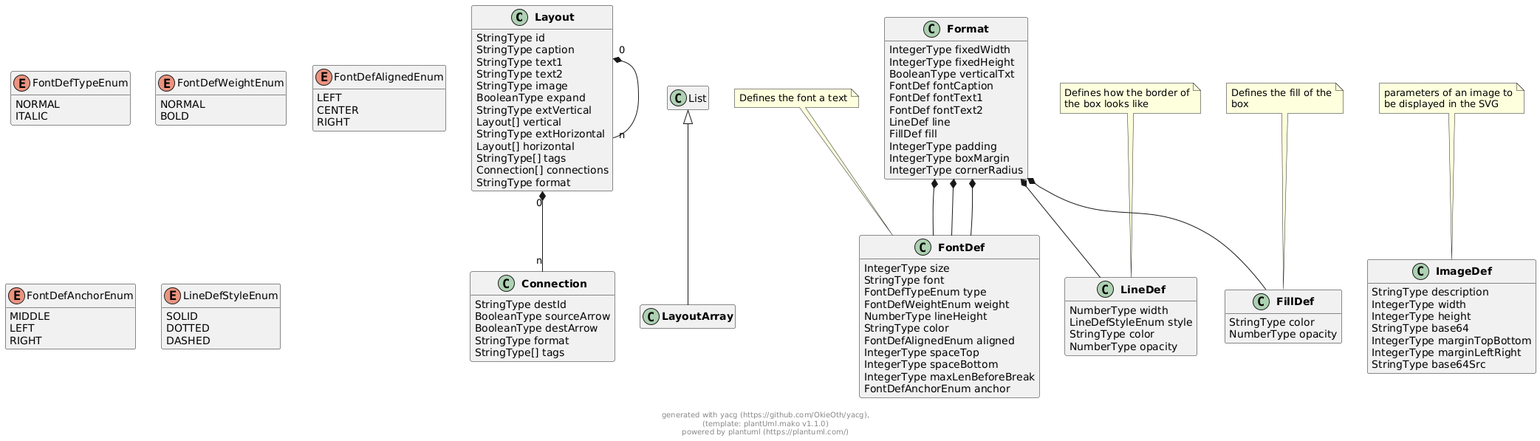
Before: docs/models/png/externals.png, a diagram exported from PlantUML (OkieOth/draw.chart.things). Source of this version:
```plantuml
@startuml
hide empty methods
hide empty fields


class "**Layout**" as Layout {
        StringType id
        StringType caption
        StringType text1
        StringType text2
        StringType image
        BooleanType expand
        StringType extVertical
        Layout[] vertical
        StringType extHorizontal
        Layout[] horizontal
        StringType[] tags
        Connection[] connections
        StringType format
}



class "**LayoutArray**" as LayoutArray extends List {
}

class "**Connection**" as Connection {
        StringType destId
        BooleanType sourceArrow
        BooleanType destArrow
        StringType format
        StringType[] tags
}



class "**Format**" as Format {
        IntegerType fixedWidth
        IntegerType fixedHeight
        BooleanType verticalTxt
        FontDef fontCaption
        FontDef fontText1
        FontDef fontText2
        LineDef line
        FillDef fill
        IntegerType padding
        IntegerType boxMargin
        IntegerType cornerRadius
}



class "**FontDef**" as FontDef {
        IntegerType size
        StringType font
        FontDefTypeEnum type
        FontDefWeightEnum weight
        NumberType lineHeight
        StringType color
        FontDefAlignedEnum aligned
        IntegerType spaceTop
        IntegerType spaceBottom
        IntegerType maxLenBeforeBreak
        FontDefAnchorEnum anchor
}
note top: Defines the font a text



enum "FontDefTypeEnum" as FontDefTypeEnum {
    NORMAL
    ITALIC
}

enum "FontDefWeightEnum" as FontDefWeightEnum {
    NORMAL
    BOLD
}

enum "FontDefAlignedEnum" as FontDefAlignedEnum {
    LEFT
    CENTER
    RIGHT
}

enum "FontDefAnchorEnum" as FontDefAnchorEnum {
    MIDDLE
    LEFT
    RIGHT
}

class "**LineDef**" as LineDef {
        NumberType width
        LineDefStyleEnum style
        StringType color
        NumberType opacity
}
note top: Defines how the border of\nthe box looks like



enum "LineDefStyleEnum" as LineDefStyleEnum {
    SOLID
    DOTTED
    DASHED
}

class "**FillDef**" as FillDef {
        StringType color
        NumberType opacity
}
note top: Defines the fill of the\nbox



class "**ImageDef**" as ImageDef {
        StringType description
        IntegerType width
        IntegerType height
        StringType base64
        IntegerType marginTopBottom
        IntegerType marginLeftRight
        StringType base64Src
}
note top: parameters of an image to\nbe displayed in the SVG












Layout "0" *-- "n" Layout




Layout "0" *-- "n" Connection













Format  *--  FontDef

Format  *--  FontDef

Format  *--  FontDef

Format  *--  LineDef

Format  *--  FillDef






































footer \ngenerated with yacg (https://github.com/OkieOth/yacg),\n(template: plantUml.mako v1.1.0)\npowered by plantuml (https://plantuml.com/)
@enduml
```
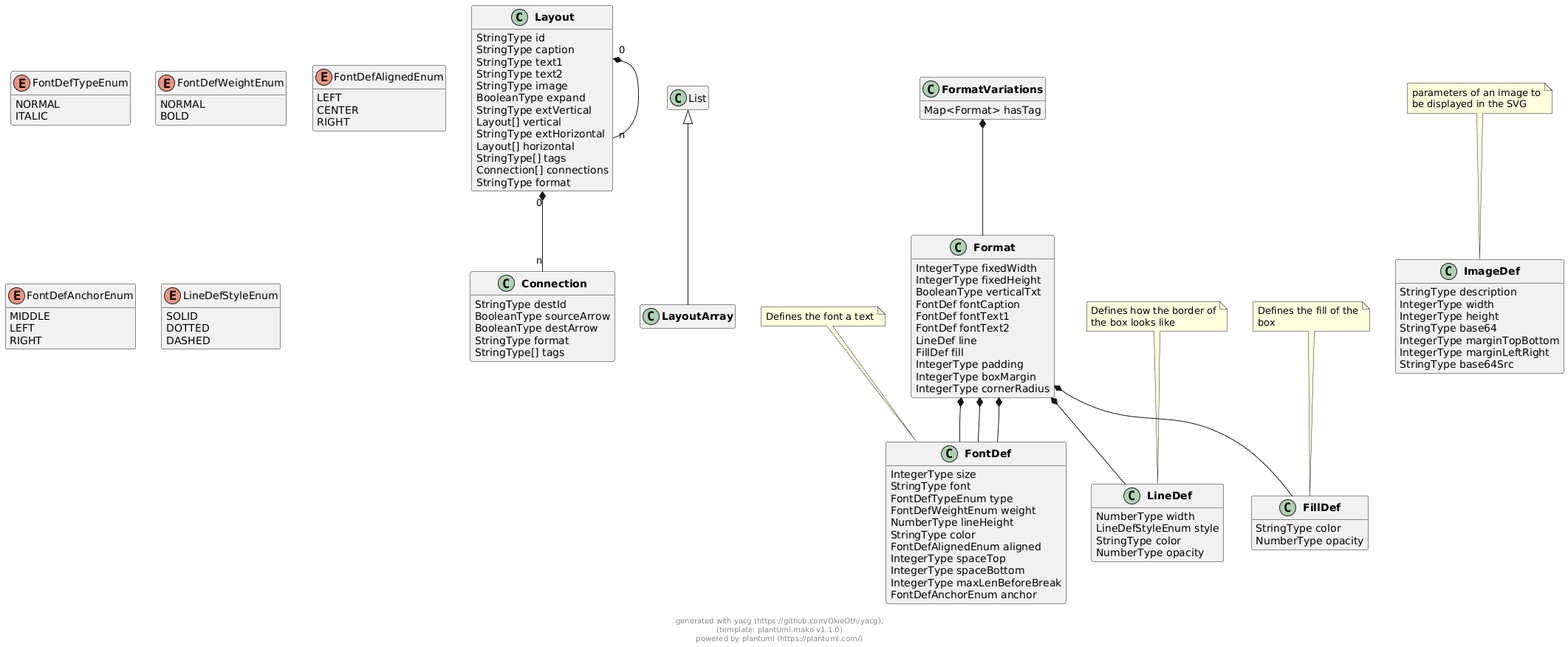
The same diagram one commit later.

The edit, as a diff of the source:
```diff
@@ -47,6 +47,13 @@
         IntegerType boxMargin
         IntegerType cornerRadius
 }
+
+
+
+class "**FormatVariations**" as FormatVariations {
+        Map<Format> hasTag
+}
+
 
 
 
@@ -168,6 +175,10 @@
 
 
 
+FormatVariations  *--  Format
+
+
+
 
 
 
```
